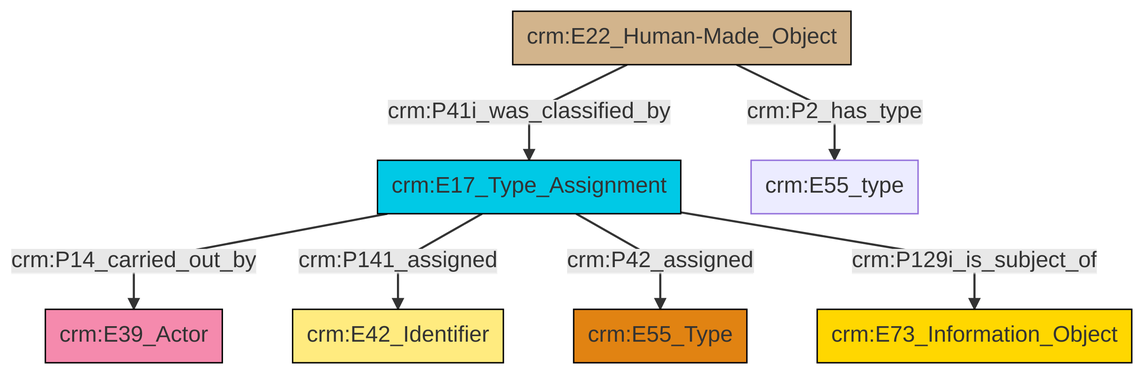
swiss-art-research-net/reference-data-models keeps this Mermaid diagram as et/builtWorkCSV/ttl/mmd/png/Built_Work_designation_status.png. Above is the earlier version. Its source is kept beside it as et/builtWorkCSV/ttl/mmd/Built_Work_designation_status.ttl.mmd.
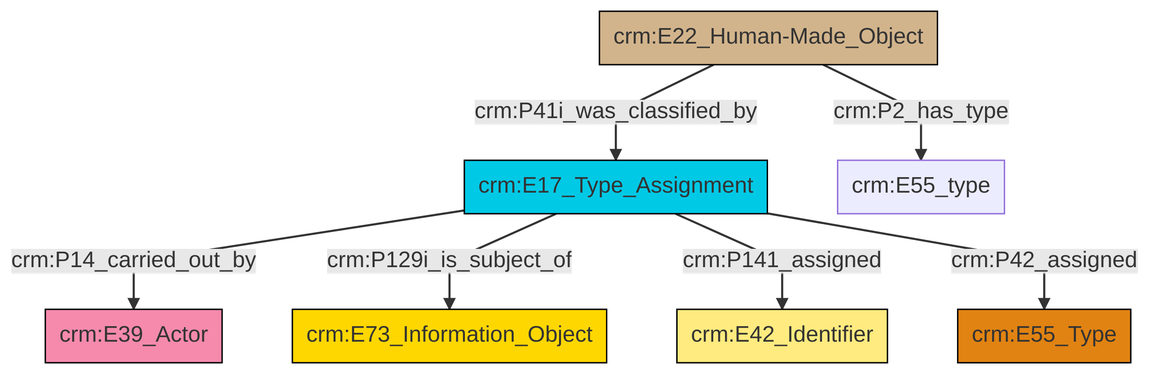
Above is the later version.

The edit, as a diff of the source:
```diff
@@ -14,8 +14,8 @@
 classDef Multi fill:#cccccc,stroke:#000000;
 
 0["crm:E17_Type_Assignment"]:::Temporal_Entity -->|crm:P14_carried_out_by| 1["crm:E39_Actor"]:::Actor
-0["crm:E17_Type_Assignment"]:::Temporal_Entity -->|crm:P141_assigned| 2["crm:E42_Identifier"]:::Appellation
-4["crm:E22_Human-Made_Object"]:::Physical_Thing -->|crm:P2_has_type| 5["crm:E55_type"]:::Default
-4["crm:E22_Human-Made_Object"]:::Physical_Thing -->|crm:P41i_was_classified_by| 0["crm:E17_Type_Assignment"]:::Temporal_Entity
-0["crm:E17_Type_Assignment"]:::Temporal_Entity -->|crm:P42_assigned| 10["crm:E55_Type"]:::Type
-0["crm:E17_Type_Assignment"]:::Temporal_Entity -->|crm:P129i_is_subject_of| 7["crm:E73_Information_Object"]:::Conceptual_Object
+0["crm:E17_Type_Assignment"]:::Temporal_Entity -->|crm:P129i_is_subject_of| 6["crm:E73_Information_Object"]:::Conceptual_Object
+0["crm:E17_Type_Assignment"]:::Temporal_Entity -->|crm:P141_assigned| 4["crm:E42_Identifier"]:::Appellation
+2["crm:E22_Human-Made_Object"]:::Physical_Thing -->|crm:P2_has_type| 11["crm:E55_type"]:::Default
+0["crm:E17_Type_Assignment"]:::Temporal_Entity -->|crm:P42_assigned| 7["crm:E55_Type"]:::Type
+2["crm:E22_Human-Made_Object"]:::Physical_Thing -->|crm:P41i_was_classified_by| 0["crm:E17_Type_Assignment"]:::Temporal_Entity
```
